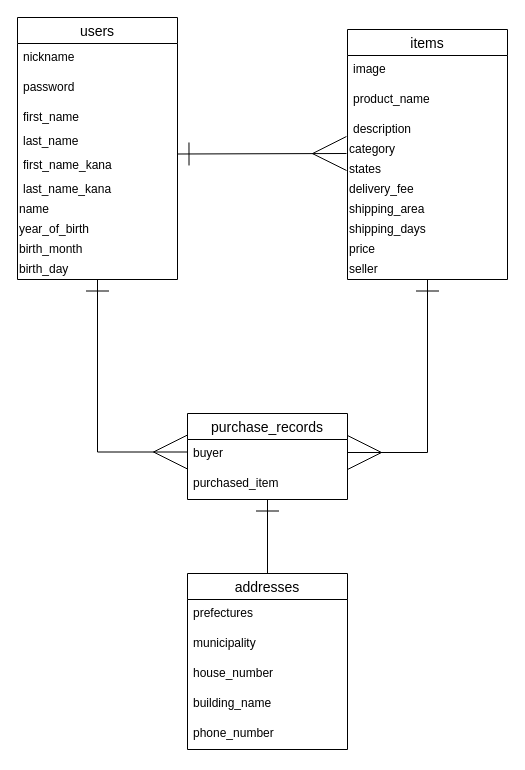
Above: furima.dio in ogu0620/furima-30975 (draw.io), before the change. Source tidied: cells renumbered, new cells numbered last; positions are measured from the earlier drawing's top-left corner, leaving out a move shared by most shapes. Both pictures are drawn from the tidied source at 100%, with x=0, y=0 at pixel (17, 17).
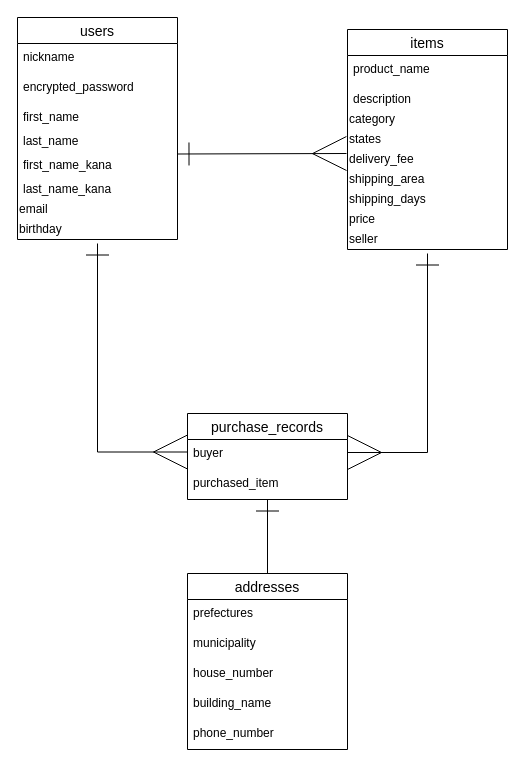
The same diagram, later.

Commit message (it also covers changes not shown here):
データベース設計修正

What changed in the source:
```diff
@@
     <mxCell id="2" value="users" style="swimlane;fontStyle=0;horizontal=1;startSize=26;align=center;fontSize=14;" parent="1" vertex="1">
-      <mxGeometry width="160" height="262" as="geometry" />
+      <mxGeometry width="160" height="222" as="geometry" />
     </mxCell>
@@
-    <mxCell id="4" value="password" style="text;strokeColor=none;fillColor=none;spacingLeft=4;spacingRight=4;overflow=hidden;fontSize=12;" parent="2" vertex="1">
+    <mxCell id="4" value="encrypted_password" style="text;strokeColor=none;fillColor=none;spacingLeft=4;spacingRight=4;overflow=hidden;fontSize=12;" parent="2" vertex="1">
       <mxGeometry y="56" width="160" height="30" as="geometry" />
     </mxCell>
@@
-    <mxCell id="9" value="name" style="text;html=1;align=left;verticalAlign=middle;fillColor=none;strokeColor=none;rounded=0;" parent="2" vertex="1">
+    <mxCell id="9" value="email" style="text;html=1;align=left;verticalAlign=middle;fillColor=none;strokeColor=none;rounded=0;" parent="2" vertex="1">
       <mxGeometry y="182" width="160" height="20" as="geometry" />
     </mxCell>
-    <mxCell id="10" value="year_of_birth" style="text;html=1;align=left;verticalAlign=middle;fillColor=none;strokeColor=none;rounded=0;" parent="2" vertex="1">
+    <mxCell id="10" value="birthday" style="text;html=1;align=left;verticalAlign=middle;fillColor=none;strokeColor=none;rounded=0;" parent="2" vertex="1">
       <mxGeometry y="202" width="160" height="20" as="geometry" />
     </mxCell>
-    <mxCell id="11" value="birth_month" style="text;html=1;align=left;verticalAlign=middle;fillColor=none;strokeColor=none;rounded=0;" parent="2" vertex="1">
-      <mxGeometry y="222" width="160" height="20" as="geometry" />
-    </mxCell>
-    <mxCell id="12" value="birth_day" style="text;html=1;align=left;verticalAlign=middle;fillColor=none;strokeColor=none;rounded=0;" parent="2" vertex="1">
-      <mxGeometry y="242" width="160" height="20" as="geometry" />
-    </mxCell>
     <mxCell id="13" value="items" style="swimlane;fontStyle=0;horizontal=1;startSize=26;align=center;fontSize=14;" parent="1" vertex="1">
-      <mxGeometry x="330" y="12" width="160" height="250" as="geometry" />
+      <mxGeometry x="330" y="12" width="160" height="220" as="geometry" />
     </mxCell>
-    <mxCell id="14" value="image" style="text;strokeColor=none;fillColor=none;spacingLeft=4;spacingRight=4;overflow=hidden;fontSize=12;" parent="13" vertex="1">
-      <mxGeometry y="26" width="160" height="30" as="geometry" />
-    </mxCell>
     <mxCell id="15" value="product_name" style="text;strokeColor=none;fillColor=none;spacingLeft=4;spacingRight=4;overflow=hidden;fontSize=12;" parent="13" vertex="1">
-      <mxGeometry y="56" width="160" height="30" as="geometry" />
+      <mxGeometry y="26" width="160" height="30" as="geometry" />
     </mxCell>
     <mxCell id="16" value="description" style="text;strokeColor=none;fillColor=none;spacingLeft=4;spacingRight=4;overflow=hidden;fontSize=12;" parent="13" vertex="1">
-      <mxGeometry y="86" width="160" height="24" as="geometry" />
+      <mxGeometry y="56" width="160" height="24" as="geometry" />
     </mxCell>
     <mxCell id="17" value="category" style="text;html=1;align=left;verticalAlign=middle;fillColor=none;strokeColor=none;rounded=0;" parent="13" vertex="1">
-      <mxGeometry y="110" width="160" height="20" as="geometry" />
+      <mxGeometry y="80" width="160" height="20" as="geometry" />
     </mxCell>
     <mxCell id="18" value="states" style="text;html=1;align=left;verticalAlign=middle;fillColor=none;strokeColor=none;rounded=0;" parent="13" vertex="1">
-      <mxGeometry y="130" width="160" height="20" as="geometry" />
+      <mxGeometry y="100" width="160" height="20" as="geometry" />
     </mxCell>
     <mxCell id="19" value="delivery_fee" style="text;html=1;align=left;verticalAlign=middle;fillColor=none;strokeColor=none;rounded=0;" parent="13" vertex="1">
-      <mxGeometry y="150" width="160" height="20" as="geometry" />
+      <mxGeometry y="120" width="160" height="20" as="geometry" />
     </mxCell>
     <mxCell id="20" value="shipping_area" style="text;html=1;align=left;verticalAlign=middle;fillColor=none;strokeColor=none;rounded=0;" parent="13" vertex="1">
-      <mxGeometry y="170" width="160" height="20" as="geometry" />
+      <mxGeometry y="140" width="160" height="20" as="geometry" />
     </mxCell>
     <mxCell id="21" value="shipping_days" style="text;html=1;align=left;verticalAlign=middle;fillColor=none;strokeColor=none;rounded=0;" parent="13" vertex="1">
-      <mxGeometry y="190" width="160" height="20" as="geometry" />
+      <mxGeometry y="160" width="160" height="20" as="geometry" />
     </mxCell>
     <mxCell id="22" value="price" style="text;html=1;align=left;verticalAlign=middle;fillColor=none;strokeColor=none;rounded=0;" parent="13" vertex="1">
-      <mxGeometry y="210" width="160" height="20" as="geometry" />
+      <mxGeometry y="180" width="160" height="20" as="geometry" />
     </mxCell>
     <mxCell id="23" value="seller" style="text;html=1;align=left;verticalAlign=middle;fillColor=none;strokeColor=none;rounded=0;" parent="13" vertex="1">
-      <mxGeometry y="230" width="160" height="20" as="geometry" />
+      <mxGeometry y="200" width="160" height="20" as="geometry" />
     </mxCell>
@@
     <mxCell id="33" style="edgeStyle=orthogonalEdgeStyle;rounded=0;orthogonalLoop=1;jettySize=auto;html=1;endArrow=ERmany;endFill=0;startSize=21;endSize=32;entryX=0;entryY=0.5;entryDx=0;entryDy=0;entryPerimeter=0;startArrow=ERone;startFill=0;" parent="1" edge="1">
       <mxGeometry relative="1" as="geometry">
-        <mxPoint x="80" y="262" as="sourcePoint" />
+        <mxPoint x="80" y="226" as="sourcePoint" />
         <mxPoint x="170" y="434.5" as="targetPoint" />
         <Array as="points">
           <mxPoint x="80" y="435" />
         </Array>
       </mxGeometry>
     </mxCell>
     <mxCell id="34" style="edgeStyle=orthogonalEdgeStyle;rounded=0;orthogonalLoop=1;jettySize=auto;html=1;endArrow=ERmany;endFill=0;startSize=21;endSize=32;startArrow=ERone;startFill=0;" parent="1" edge="1">
       <mxGeometry relative="1" as="geometry">
-        <mxPoint x="410" y="262" as="sourcePoint" />
+        <mxPoint x="410" y="236" as="sourcePoint" />
         <mxPoint x="330" y="435" as="targetPoint" />
         <Array as="points">
           <mxPoint x="410" y="435" />
         </Array>
       </mxGeometry>
     </mxCell>
```
